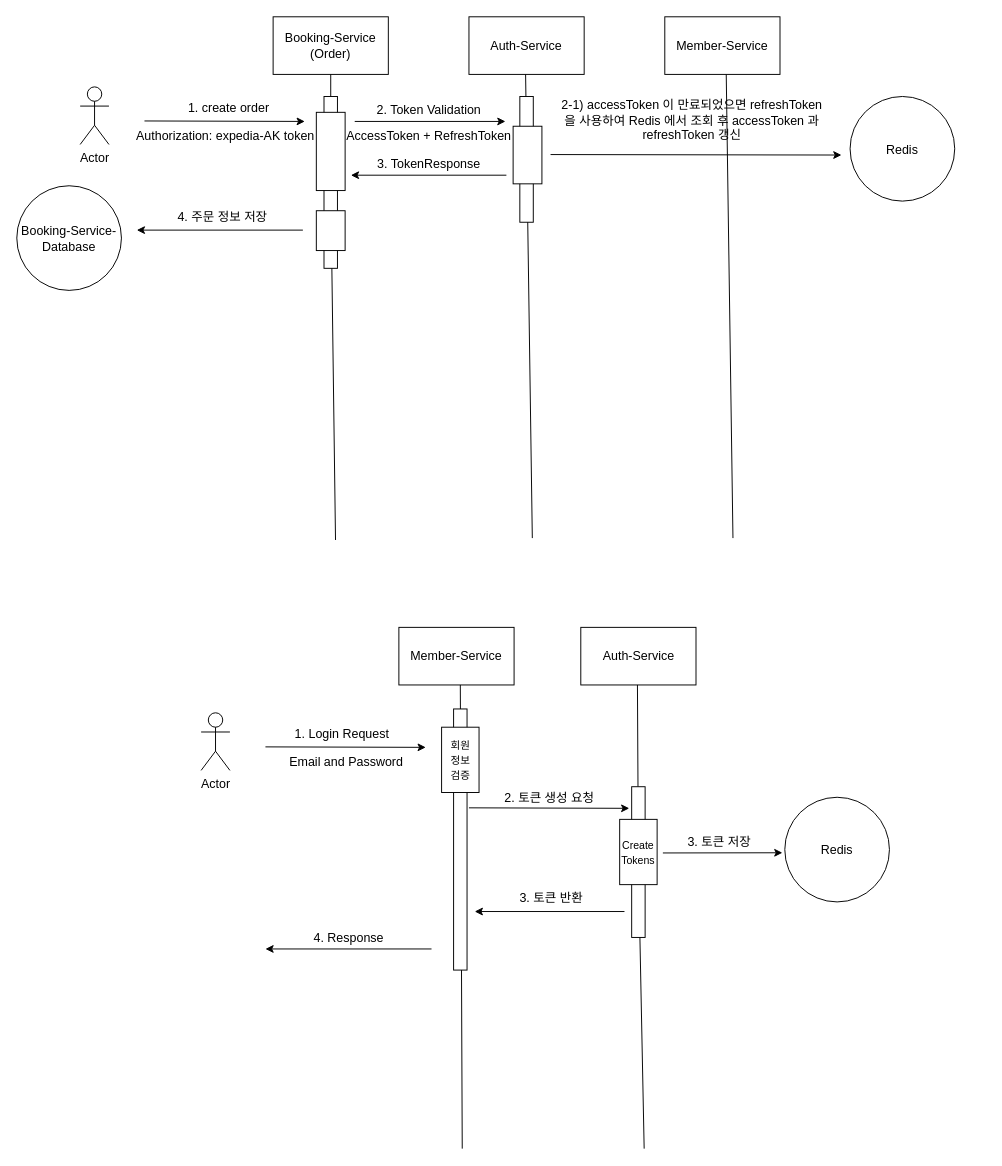
Earlier version of the draw.io diagram drawio/expedia-v1.drawio (BAEKJungHo/TIL). Source tidied: cells renumbered, new cells numbered last; positions are measured from the earlier drawing's top-left corner, leaving out a move shared by most shapes. Both pictures are drawn from the tidied source at 96%, with x=0, y=0 at pixel (16, 16).
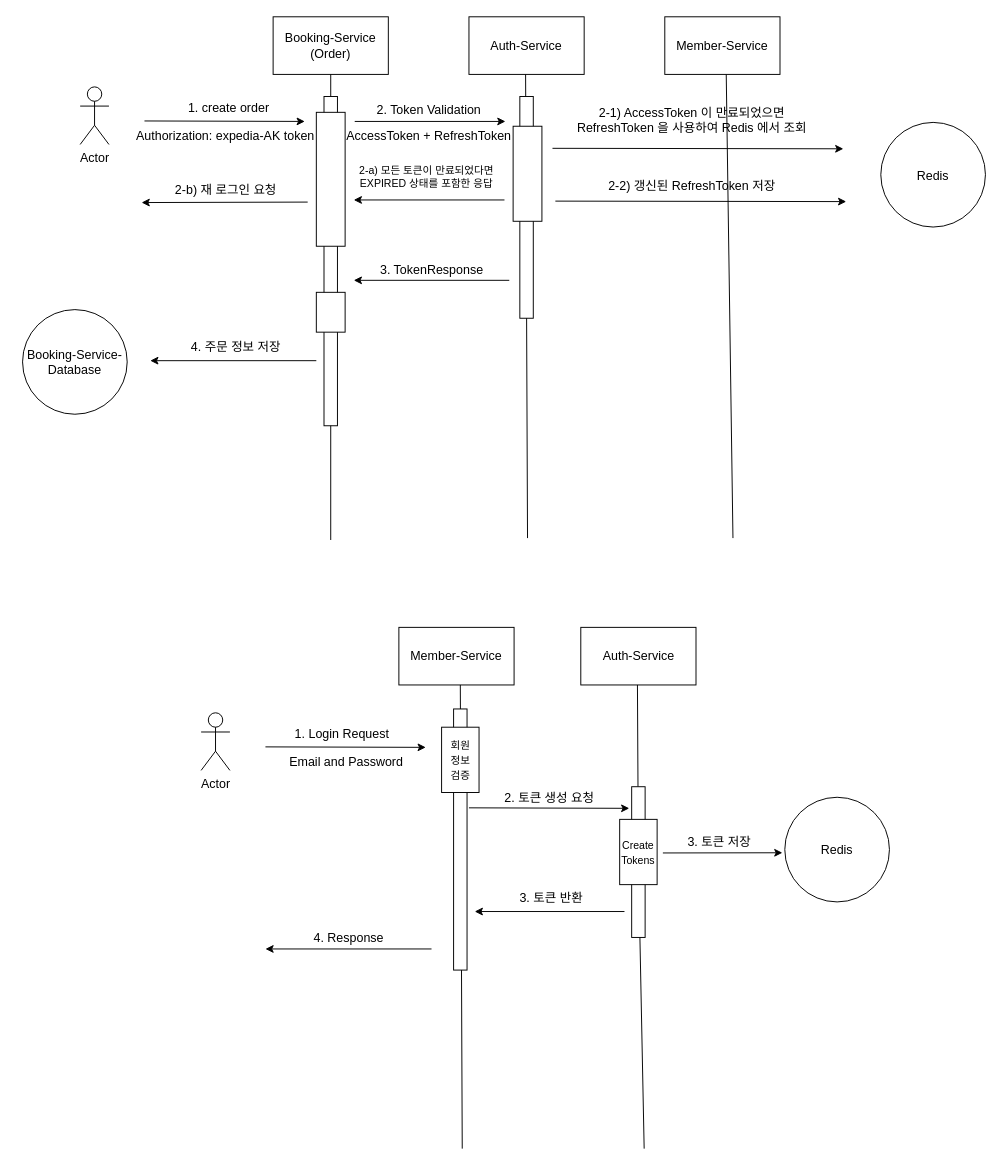
The same diagram, later.

What changed in the source:
```diff
@@
     <mxCell id="9" style="endArrow=none;html=1;rounded=0;fontSize=13;" parent="1" edge="1">
       <mxGeometry relative="1" as="geometry">
-        <mxPoint x="537" y="543" as="sourcePoint" />
+        <mxPoint x="532" y="543" as="sourcePoint" />
         <mxPoint x="530" y="60" as="targetPoint" />
       </mxGeometry>
     </mxCell>
@@
     <mxCell id="11" style="rounded=0;whiteSpace=wrap;html=1;fontSize=13;" parent="1" vertex="1">
-      <mxGeometry x="320" y="83" width="14" height="179" as="geometry" />
+      <mxGeometry x="320" y="83" width="14" height="343" as="geometry" />
     </mxCell>
     <mxCell id="12" style="endArrow=none;html=1;rounded=0;fontSize=13;" parent="1" edge="1" target="11">
       <mxGeometry relative="1" as="geometry">
-        <mxPoint x="332" y="545" as="sourcePoint" />
+        <mxPoint x="327" y="545" as="sourcePoint" />
       </mxGeometry>
     </mxCell>
@@
     <mxCell id="16" style="rounded=0;whiteSpace=wrap;html=1;fontSize=13;" parent="1" vertex="1">
-      <mxGeometry x="524" y="83" width="14" height="131" as="geometry" />
+      <mxGeometry x="524" y="83" width="14" height="231" as="geometry" />
     </mxCell>
     <mxCell id="17" style="rounded=0;whiteSpace=wrap;html=1;fontSize=13;" parent="1" vertex="1">
-      <mxGeometry x="517" y="114" width="30" height="60" as="geometry" />
+      <mxGeometry x="517" y="114" width="30" height="99" as="geometry" />
     </mxCell>
@@
     <mxCell id="19" value="Redis" style="ellipse;whiteSpace=wrap;html=1;fontSize=13;" parent="1" vertex="1">
-      <mxGeometry x="868" y="83" width="109" height="109" as="geometry" />
+      <mxGeometry x="900" y="110" width="109" height="109" as="geometry" />
     </mxCell>
     <mxCell id="20" value="Booking-Service-Database" style="ellipse;whiteSpace=wrap;html=1;fontSize=13;direction=south;" parent="1" vertex="1">
-      <mxGeometry y="176" width="109" height="109" as="geometry" />
+      <mxGeometry x="6" y="305" width="109" height="109" as="geometry" />
     </mxCell>
     <mxCell id="21" style="endArrow=classic;html=1;rounded=0;fontSize=13;" parent="1" edge="1">
       <mxGeometry relative="1" as="geometry">
-        <mxPoint x="556" y="143.5" as="sourcePoint" />
-        <mxPoint x="859" y="144" as="targetPoint" />
+        <mxPoint x="558" y="137" as="sourcePoint" />
+        <mxPoint x="861" y="137.5" as="targetPoint" />
       </mxGeometry>
     </mxCell>
     <mxCell id="22" style="endArrow=classic;html=1;rounded=0;fontSize=13;" parent="1" edge="1">
       <mxGeometry relative="1" as="geometry">
-        <mxPoint x="510" y="165" as="sourcePoint" />
-        <mxPoint x="348" y="165" as="targetPoint" />
+        <mxPoint x="513" y="274.5" as="sourcePoint" />
+        <mxPoint x="351" y="274.5" as="targetPoint" />
       </mxGeometry>
     </mxCell>
     <mxCell id="23" value="3. TokenResponse" style="text;html=1;strokeColor=none;fillColor=none;align=center;verticalAlign=middle;whiteSpace=wrap;rounded=0;fontSize=13;" parent="1" vertex="1">
-      <mxGeometry x="342" y="146.5" width="175" height="13" as="geometry" />
+      <mxGeometry x="345" y="256" width="175" height="13" as="geometry" />
     </mxCell>
-    <mxCell id="24" value="2-1) accessToken 이 만료되었으면 refreshToken 을 사용하여 Redis 에서 조회 후 accessToken 과 refreshToken 갱신" style="text;html=1;strokeColor=none;fillColor=none;align=center;verticalAlign=middle;whiteSpace=wrap;rounded=0;fontSize=13;" parent="1" vertex="1">
+    <mxCell id="24" value="2-1) AccessToken 이 만료되었으면 RefreshToken 을 사용하여 Redis 에서 조회" style="text;html=1;strokeColor=none;fillColor=none;align=center;verticalAlign=middle;whiteSpace=wrap;rounded=0;fontSize=13;" parent="1" vertex="1">
       <mxGeometry x="565" y="101" width="277" height="13" as="geometry" />
     </mxCell>
     <mxCell id="25" style="rounded=0;whiteSpace=wrap;html=1;fontSize=13;" parent="1" vertex="1">
-      <mxGeometry x="312" y="99.5" width="30" height="81.5" as="geometry" />
+      <mxGeometry x="312" y="99.5" width="30" height="139.5" as="geometry" />
     </mxCell>
     <mxCell id="26" style="rounded=0;whiteSpace=wrap;html=1;fontSize=13;" parent="1" vertex="1">
-      <mxGeometry x="312" y="202" width="30" height="41.5" as="geometry" />
+      <mxGeometry x="312" y="287" width="30" height="41.5" as="geometry" />
     </mxCell>
     <mxCell id="27" style="endArrow=classic;html=1;rounded=0;fontSize=13;" parent="1" edge="1">
       <mxGeometry relative="1" as="geometry">
-        <mxPoint x="298" y="222.2" as="sourcePoint" />
-        <mxPoint x="125" y="222.2" as="targetPoint" />
+        <mxPoint x="312" y="358.2" as="sourcePoint" />
+        <mxPoint x="139" y="358.2" as="targetPoint" />
       </mxGeometry>
     </mxCell>
     <mxCell id="28" value="4. 주문 정보 저장" style="text;html=1;strokeColor=none;fillColor=none;align=center;verticalAlign=middle;whiteSpace=wrap;rounded=0;fontSize=13;" parent="1" vertex="1">
-      <mxGeometry x="147" y="201" width="135" height="13" as="geometry" />
+      <mxGeometry x="161" y="337" width="135" height="13" as="geometry" />
     </mxCell>
@@
+    <mxCell id="51" style="endArrow=classic;html=1;rounded=0;fontSize=13;" parent="1" edge="1">
+      <mxGeometry relative="1" as="geometry">
+        <mxPoint x="561" y="192" as="sourcePoint" />
+        <mxPoint x="864" y="192.5" as="targetPoint" />
+      </mxGeometry>
+    </mxCell>
+    <mxCell id="52" value="2-2) 갱신된 RefreshToken 저장" style="text;html=1;strokeColor=none;fillColor=none;align=center;verticalAlign=middle;whiteSpace=wrap;rounded=0;fontSize=13;" parent="1" vertex="1">
+      <mxGeometry x="565" y="169.5" width="277" height="13" as="geometry" />
+    </mxCell>
+    <mxCell id="53" style="endArrow=classic;html=1;rounded=0;fontSize=13;" parent="1" edge="1">
+      <mxGeometry relative="1" as="geometry">
+        <mxPoint x="508" y="190.8" as="sourcePoint" />
+        <mxPoint x="351" y="190.8" as="targetPoint" />
+      </mxGeometry>
+    </mxCell>
+    <mxCell id="54" value="2-a) 모든 토큰이 만료되었다면 EXPIRED 상태를 포함한 응답" style="text;html=1;strokeColor=none;fillColor=none;align=center;verticalAlign=middle;whiteSpace=wrap;rounded=0;fontSize=11;" parent="1" vertex="1">
+      <mxGeometry x="334" y="160.2" width="186" height="13" as="geometry" />
+    </mxCell>
+    <mxCell id="55" style="endArrow=classic;html=1;rounded=0;fontSize=13;" parent="1" edge="1">
+      <mxGeometry relative="1" as="geometry">
+        <mxPoint x="303" y="193" as="sourcePoint" />
+        <mxPoint x="130" y="193.5" as="targetPoint" />
+      </mxGeometry>
+    </mxCell>
+    <mxCell id="56" value="&lt;font style=&quot;font-size: 13px;&quot;&gt;2-b) 재 로그인 요청&lt;/font&gt;" style="text;html=1;strokeColor=none;fillColor=none;align=center;verticalAlign=middle;whiteSpace=wrap;rounded=0;fontSize=11;" parent="1" vertex="1">
+      <mxGeometry x="124.5" y="173.2" width="186" height="13" as="geometry" />
+    </mxCell>
```
